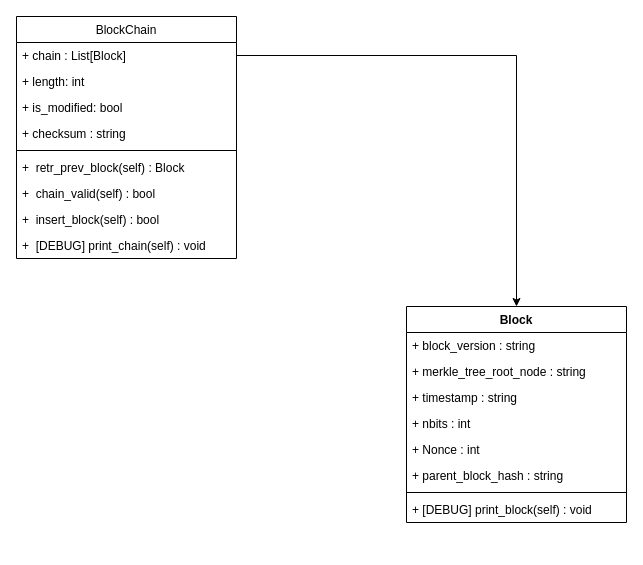
Above: page "Block chain UML diagrams" (2 of 2) of project_diagrams.drawio in nrssi/odyssey (draw.io), before the change. Source tidied: cells renumbered, new cells numbered last; positions are measured from the earlier drawing's top-left corner, leaving out a move shared by most shapes. Both pictures are drawn from the tidied source at 100%, with x=0, y=0 at pixel (16, 16).
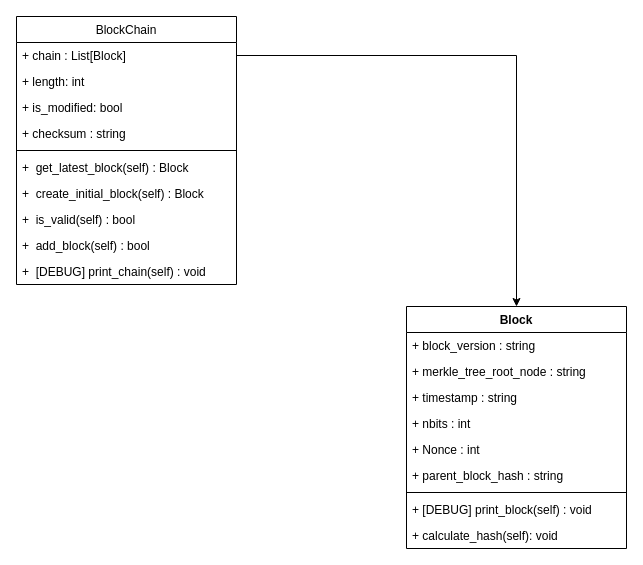
Above is the later version.

The edit, as a diff of the source:
```diff
@@
     <mxCell id="2" value="BlockChain" style="swimlane;fontStyle=0;horizontal=1;startSize=26;fillColor=none;" parent="1" vertex="1">
-      <mxGeometry width="220" height="242" as="geometry" />
+      <mxGeometry width="220" height="268" as="geometry" />
     </mxCell>
@@
-    <mxCell id="8" value="+  retr_prev_block(self) : Block" style="text;strokeColor=none;fillColor=none;align=left;verticalAlign=top;spacingLeft=4;spacingRight=4;overflow=hidden;" parent="2" vertex="1">
+    <mxCell id="8" value="+  get_latest_block(self) : Block" style="text;strokeColor=none;fillColor=none;align=left;verticalAlign=top;spacingLeft=4;spacingRight=4;overflow=hidden;" parent="2" vertex="1">
       <mxGeometry y="138" width="220" height="26" as="geometry" />
     </mxCell>
+    <mxCell id="22" value="+  create_initial_block(self) : Block" style="text;strokeColor=none;fillColor=none;align=left;verticalAlign=top;spacingLeft=4;spacingRight=4;overflow=hidden;" parent="2" vertex="1">
+      <mxGeometry y="164" width="220" height="26" as="geometry" />
+    </mxCell>
-    <mxCell id="9" value="+  chain_valid(self) : bool" style="text;strokeColor=none;fillColor=none;align=left;verticalAlign=top;spacingLeft=4;spacingRight=4;overflow=hidden;" parent="2" vertex="1">
-      <mxGeometry y="164" width="220" height="26" as="geometry" />
+    <mxCell id="9" value="+  is_valid(self) : bool" style="text;strokeColor=none;fillColor=none;align=left;verticalAlign=top;spacingLeft=4;spacingRight=4;overflow=hidden;" parent="2" vertex="1">
+      <mxGeometry y="190" width="220" height="26" as="geometry" />
     </mxCell>
-    <mxCell id="10" value="+  insert_block(self) : bool" style="text;strokeColor=none;fillColor=none;align=left;verticalAlign=top;spacingLeft=4;spacingRight=4;overflow=hidden;" parent="2" vertex="1">
-      <mxGeometry y="190" width="220" height="26" as="geometry" />
+    <mxCell id="10" value="+  add_block(self) : bool" style="text;strokeColor=none;fillColor=none;align=left;verticalAlign=top;spacingLeft=4;spacingRight=4;overflow=hidden;" parent="2" vertex="1">
+      <mxGeometry y="216" width="220" height="26" as="geometry" />
     </mxCell>
     <mxCell id="11" value="+  [DEBUG] print_chain(self) : void" style="text;strokeColor=none;fillColor=none;align=left;verticalAlign=top;spacingLeft=4;spacingRight=4;overflow=hidden;" parent="2" vertex="1">
-      <mxGeometry y="216" width="220" height="26" as="geometry" />
+      <mxGeometry y="242" width="220" height="26" as="geometry" />
     </mxCell>
     <mxCell id="12" value="Block" style="swimlane;fontStyle=1;align=center;verticalAlign=top;horizontal=1;startSize=26;" parent="1" vertex="1">
-      <mxGeometry x="390" y="290" width="220" height="216" as="geometry" />
+      <mxGeometry x="390" y="290" width="220" height="242" as="geometry" />
     </mxCell>
@@
+    <mxCell id="23" value="+ calculate_hash(self): void" style="text;strokeColor=none;fillColor=none;align=left;verticalAlign=top;spacingLeft=4;spacingRight=4;overflow=hidden;" parent="12" vertex="1">
+      <mxGeometry y="216" width="220" height="26" as="geometry" />
+    </mxCell>
```
